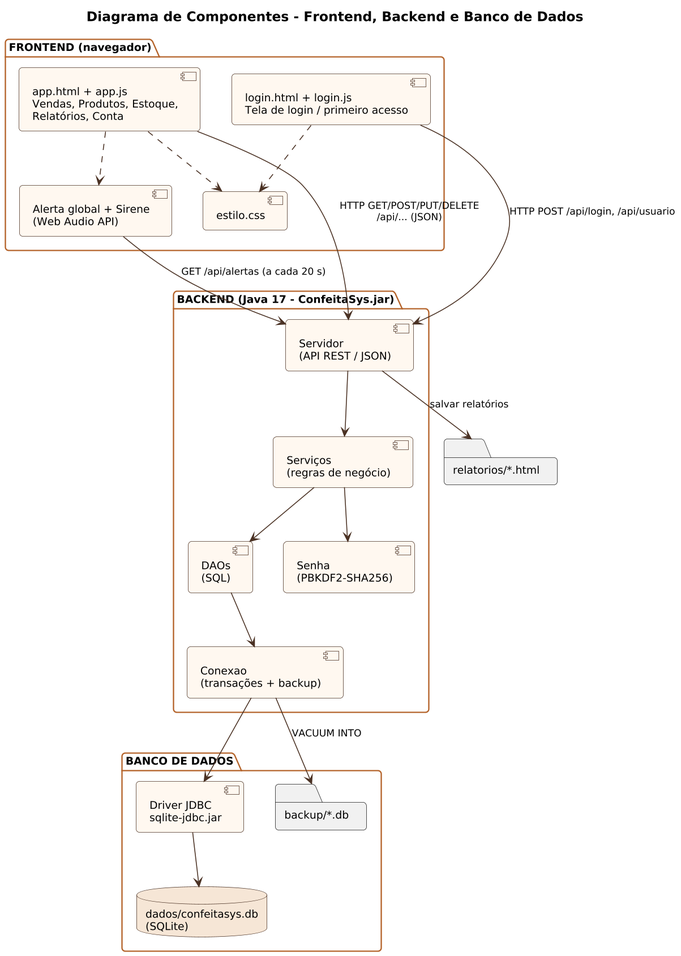
Earlier version of the PlantUML export docs/diagramas/png/05_componentes.png (Hallff/ConfeitaSys). Its diagram source:
```plantuml
@startuml
!include _estilo.iuml
title Diagrama de Componentes - Frontend, Backend e Banco de Dados

package "FRONTEND (navegador)" {
  [login.html + login.js\nTela de login / primeiro acesso] as LOGIN
  [app.html + app.js\nVendas, Produtos, Estoque,\nRelatórios, Conta] as APP
  [Alerta global + Sirene\n(Web Audio API)] as ALERTA
  [estilo.css] as CSS
}

package "BACKEND (Java 17 - ConfeitaSys.jar)" {
  [Servidor\n(API REST / JSON)] as API
  [Serviços\n(regras de negócio)] as SERV
  [DAOs\n(SQL)] as DAO
  [Senha\n(PBKDF2-SHA256)] as SENHA
  [Conexao\n(transações + backup)] as CONEXAO
}

package "BANCO DE DADOS" {
  [Driver JDBC\nsqlite-jdbc.jar] as JDBC
  database "dados/confeitasys.db\n(SQLite)" as DB
  folder "backup/*.db" as BKP
}
folder "relatorios/*.html" as REL

LOGIN --> API : HTTP POST /api/login, /api/usuario
APP --> API : HTTP GET/POST/PUT/DELETE\n/api/... (JSON)
ALERTA --> API : GET /api/alertas (a cada 20 s)
APP ..> ALERTA
LOGIN ..> CSS
APP ..> CSS
API --> SERV
SERV --> SENHA
SERV --> DAO
DAO --> CONEXAO
CONEXAO --> JDBC
JDBC --> DB
CONEXAO --> BKP : VACUUM INTO
API --> REL : salvar relatórios
@enduml
```
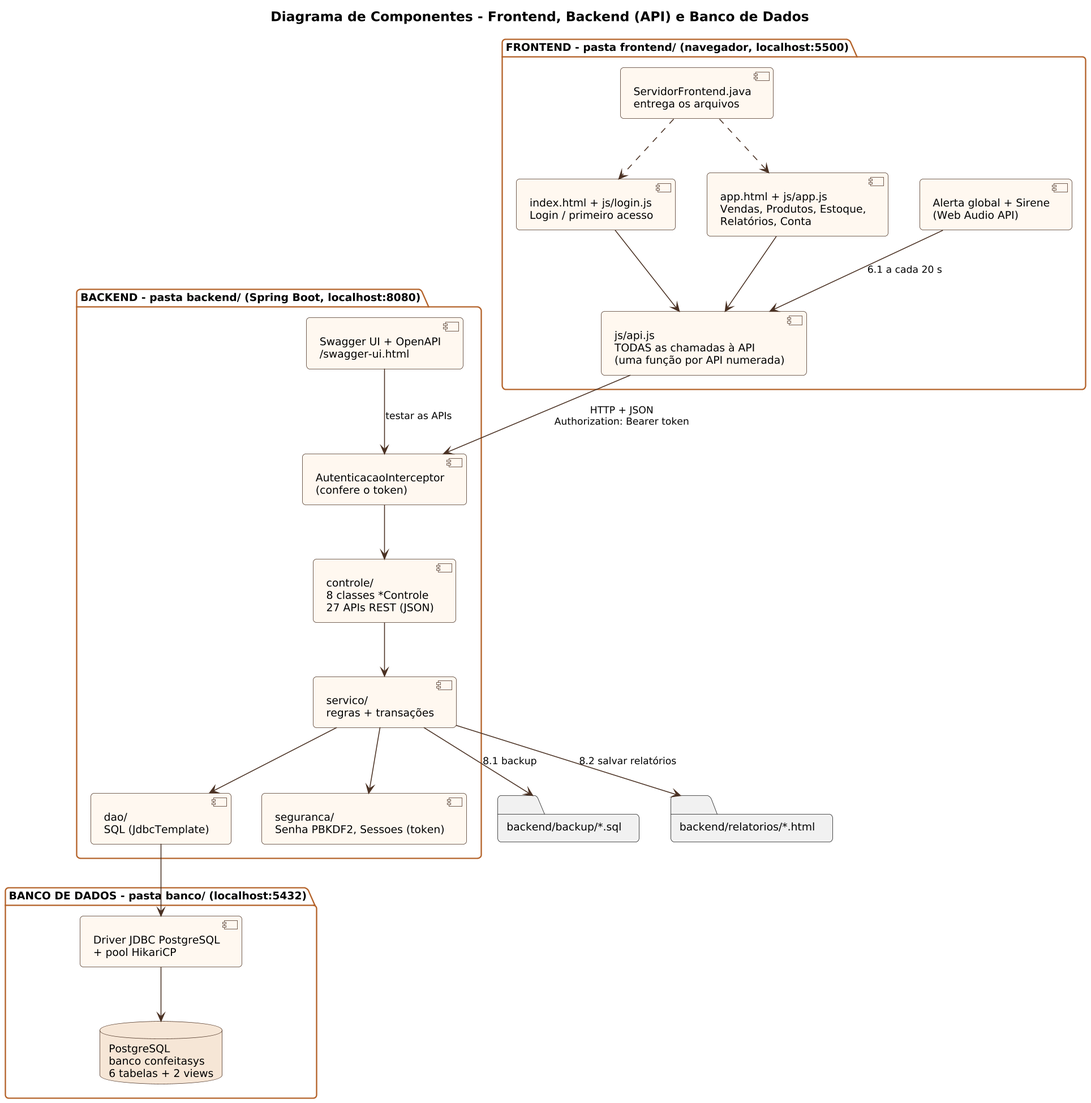
After the change.

Change to the diagram source:
```diff
@@ -1,41 +1,44 @@
 @startuml
 !include _estilo.iuml
-title Diagrama de Componentes - Frontend, Backend e Banco de Dados
+title Diagrama de Componentes - Frontend, Backend (API) e Banco de Dados
 
-package "FRONTEND (navegador)" {
-  [login.html + login.js\nTela de login / primeiro acesso] as LOGIN
-  [app.html + app.js\nVendas, Produtos, Estoque,\nRelatórios, Conta] as APP
+package "FRONTEND - pasta frontend/ (navegador, localhost:5500)" {
+  [index.html + js/login.js\nLogin / primeiro acesso] as LOGIN
+  [app.html + js/app.js\nVendas, Produtos, Estoque,\nRelatórios, Conta] as APP
   [Alerta global + Sirene\n(Web Audio API)] as ALERTA
-  [estilo.css] as CSS
+  [js/api.js\nTODAS as chamadas à API\n(uma função por API numerada)] as APIJS
+  [ServidorFrontend.java\nentrega os arquivos] as SF
 }
 
-package "BACKEND (Java 17 - ConfeitaSys.jar)" {
-  [Servidor\n(API REST / JSON)] as API
-  [Serviços\n(regras de negócio)] as SERV
-  [DAOs\n(SQL)] as DAO
-  [Senha\n(PBKDF2-SHA256)] as SENHA
-  [Conexao\n(transações + backup)] as CONEXAO
+package "BACKEND - pasta backend/ (Spring Boot, localhost:8080)" {
+  [Swagger UI + OpenAPI\n/swagger-ui.html] as SW
+  [AutenticacaoInterceptor\n(confere o token)] as INT
+  [controle/\n8 classes *Controle\n27 APIs REST (JSON)] as CTRL
+  [servico/\nregras + transações] as SERV
+  [dao/\nSQL (JdbcTemplate)] as DAO
+  [seguranca/\nSenha PBKDF2, Sessoes (token)] as SEG
 }
 
-package "BANCO DE DADOS" {
-  [Driver JDBC\nsqlite-jdbc.jar] as JDBC
-  database "dados/confeitasys.db\n(SQLite)" as DB
-  folder "backup/*.db" as BKP
+package "BANCO DE DADOS - pasta banco/ (localhost:5432)" {
+  [Driver JDBC PostgreSQL\n+ pool HikariCP] as JDBC
+  database "PostgreSQL\nbanco confeitasys\n6 tabelas + 2 views" as DB
 }
-folder "relatorios/*.html" as REL
+folder "backend/backup/*.sql" as BKP
+folder "backend/relatorios/*.html" as REL
 
-LOGIN --> API : HTTP POST /api/login, /api/usuario
-APP --> API : HTTP GET/POST/PUT/DELETE\n/api/... (JSON)
-ALERTA --> API : GET /api/alertas (a cada 20 s)
-APP ..> ALERTA
-LOGIN ..> CSS
-APP ..> CSS
-API --> SERV
-SERV --> SENHA
+SF ..> LOGIN
+SF ..> APP
+LOGIN --> APIJS
+APP --> APIJS
+ALERTA --> APIJS : 6.1 a cada 20 s
+APIJS --> INT : HTTP + JSON\nAuthorization: Bearer token
+SW --> INT : testar as APIs
+INT --> CTRL
+CTRL --> SERV
+SERV --> SEG
 SERV --> DAO
-DAO --> CONEXAO
-CONEXAO --> JDBC
+DAO --> JDBC
 JDBC --> DB
-CONEXAO --> BKP : VACUUM INTO
-API --> REL : salvar relatórios
+SERV --> BKP : 8.1 backup
+SERV --> REL : 8.2 salvar relatórios
 @enduml
```
